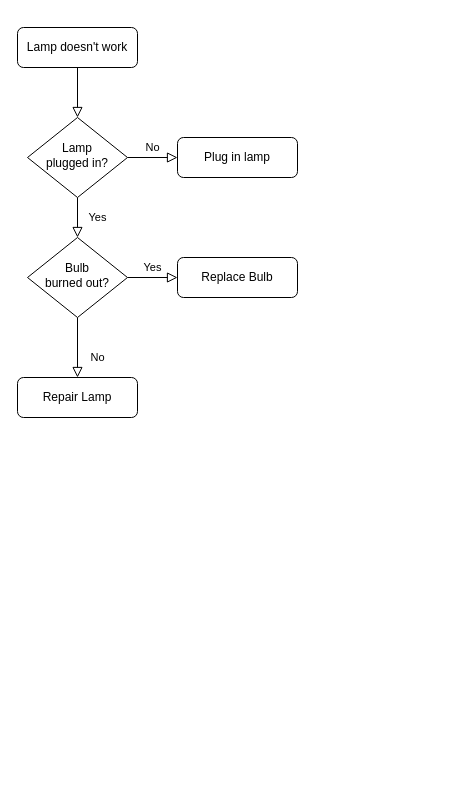
The draw.io diagram jenkins流水线.drawio in Julian-zly/topological_diagram, before the edit. Source tidied: cells renumbered, new cells numbered last; positions are measured from the earlier drawing's top-left corner, leaving out a move shared by most shapes. Both pictures are drawn from the tidied source at 100%, with x=0, y=0 at pixel (17, 27).
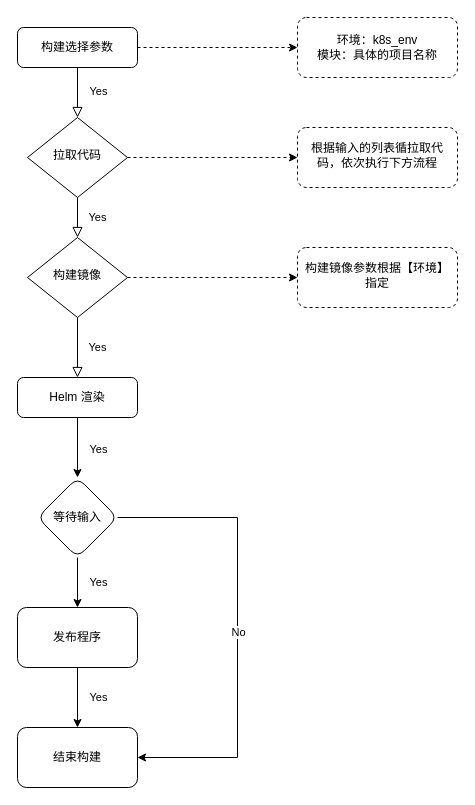
After the change.

Commit message:
更新jenkins流水线.drawio

Unchanged cells that the change refers to:
```xml
<mxCell id="2" style="rounded=0;html=1;jettySize=auto;fontSize=11;endArrow=block;endFill=0;endSize=8;strokeWidth=1;shadow=0;labelBackgroundColor=none;edgeStyle=orthogonalEdgeStyle;" parent="1" edge="1" source="3" target="6">
  <mxGeometry relative="1" as="geometry" />
</mxCell>
```

What changed in the source:
```diff
@@
+    <mxCell id="13" value="Yes" style="edgeLabel;html=1;align=center;verticalAlign=middle;" parent="2" vertex="1">
+      <mxGeometry x="-0.08" relative="1" as="geometry">
+        <mxPoint x="20" as="offset" />
+      </mxGeometry>
+    </mxCell>
+    <mxCell id="14" style="edgeStyle=orthogonalEdgeStyle;rounded=0;jettySize=auto;html=1;dashed=1;" parent="1" edge="1" source="3" target="19">
+      <mxGeometry relative="1" as="geometry" />
+    </mxCell>
-    <mxCell id="3" value="Lamp doesn't work" style="rounded=1;whiteSpace=wrap;html=1;fontSize=12;glass=0;strokeWidth=1;shadow=0;" parent="1" vertex="1">
+    <mxCell id="3" value="构建选择参数" style="rounded=1;whiteSpace=wrap;html=1;fontSize=12;glass=0;strokeWidth=1;shadow=0;" parent="1" vertex="1">
       <mxGeometry width="120" height="40" as="geometry" />
     </mxCell>
@@
+    <mxCell id="15" style="edgeStyle=orthogonalEdgeStyle;rounded=0;jettySize=auto;html=1;dashed=1;" parent="1" edge="1" source="6" target="28">
+      <mxGeometry relative="1" as="geometry" />
+    </mxCell>
+    <mxCell id="6" value="拉取代码" style="rhombus;whiteSpace=wrap;html=1;shadow=0;fontFamily=Helvetica;fontSize=12;align=center;strokeWidth=1;spacing=6;spacingTop=-4;" parent="1" vertex="1">
+      <mxGeometry x="10" y="90" width="100" height="80" as="geometry" />
+    </mxCell>
+    <mxCell id="8" value="Yes" style="rounded=0;html=1;jettySize=auto;fontSize=11;endArrow=block;endFill=0;endSize=8;strokeWidth=1;shadow=0;labelBackgroundColor=none;edgeStyle=orthogonalEdgeStyle;" parent="1" edge="1" source="10" target="11">
+      <mxGeometry y="20" relative="1" as="geometry" />
+    </mxCell>
+    <mxCell id="16" style="edgeStyle=orthogonalEdgeStyle;rounded=0;jettySize=auto;html=1;dashed=1;" parent="1" edge="1" source="10" target="29">
+      <mxGeometry relative="1" as="geometry" />
+    </mxCell>
+    <mxCell id="10" value="构建镜像" style="rhombus;whiteSpace=wrap;html=1;shadow=0;fontFamily=Helvetica;fontSize=12;align=center;strokeWidth=1;spacing=6;spacingTop=-4;" parent="1" vertex="1">
+      <mxGeometry x="10" y="210" width="100" height="80" as="geometry" />
+    </mxCell>
+    <mxCell id="17" style="edgeStyle=orthogonalEdgeStyle;rounded=0;jettySize=auto;html=1;" parent="1" edge="1" source="11" target="23">
+      <mxGeometry relative="1" as="geometry" />
+    </mxCell>
+    <mxCell id="18" value="Yes" style="edgeLabel;html=1;align=center;verticalAlign=middle;" parent="17" vertex="1">
+      <mxGeometry x="0.03" relative="1" as="geometry">
+        <mxPoint x="20" as="offset" />
+      </mxGeometry>
+    </mxCell>
+    <mxCell id="11" value="Helm 渲染" style="rounded=1;whiteSpace=wrap;html=1;fontSize=12;glass=0;strokeWidth=1;shadow=0;" parent="1" vertex="1">
+      <mxGeometry y="350" width="120" height="40" as="geometry" />
+    </mxCell>
+    <mxCell id="19" value="环境：k8s_env&lt;br&gt;模块：具体的项目名称" style="rounded=1;whiteSpace=wrap;html=1;glass=0;strokeWidth=1;shadow=0;dashed=1;" parent="1" vertex="1">
+      <mxGeometry x="280" y="-10" width="160" height="60" as="geometry" />
+    </mxCell>
+    <mxCell id="20" style="edgeStyle=orthogonalEdgeStyle;rounded=0;jettySize=auto;html=1;entryX=1;entryY=0.5;entryDx=0;entryDy=0;" parent="1" edge="1" source="23" target="24">
+      <mxGeometry relative="1" as="geometry">
+        <Array as="points">
+          <mxPoint x="220" y="490" />
+          <mxPoint x="220" y="730" />
+        </Array>
+      </mxGeometry>
+    </mxCell>
-    <mxCell id="5" value="No" style="edgeStyle=orthogonalEdgeStyle;rounded=0;html=1;jettySize=auto;fontSize=11;endArrow=block;endFill=0;endSize=8;strokeWidth=1;shadow=0;labelBackgroundColor=none;" parent="1" edge="1" source="6" target="7">
-      <mxGeometry y="10" relative="1" as="geometry" />
+    <mxCell id="5" value="No" style="edgeLabel;html=1;align=center;verticalAlign=middle;" parent="20" vertex="1">
+      <mxGeometry x="-0.17" y="3" relative="1" as="geometry">
+        <mxPoint x="-3" y="43" as="offset" />
+      </mxGeometry>
     </mxCell>
-    <mxCell id="6" value="Lamp&lt;br&gt;plugged in?" style="rhombus;whiteSpace=wrap;html=1;shadow=0;fontFamily=Helvetica;fontSize=12;align=center;strokeWidth=1;spacing=6;spacingTop=-4;" parent="1" vertex="1">
-      <mxGeometry x="10" y="90" width="100" height="80" as="geometry" />
-    </mxCell>
-    <mxCell id="7" value="Plug in lamp" style="rounded=1;whiteSpace=wrap;html=1;fontSize=12;glass=0;strokeWidth=1;shadow=0;" parent="1" vertex="1">
-      <mxGeometry x="160" y="110" width="120" height="40" as="geometry" />
-    </mxCell>
-    <mxCell id="8" value="No" style="rounded=0;html=1;jettySize=auto;fontSize=11;endArrow=block;endFill=0;endSize=8;strokeWidth=1;shadow=0;labelBackgroundColor=none;edgeStyle=orthogonalEdgeStyle;" parent="1" edge="1" source="10" target="11">
-      <mxGeometry x="0.33" y="20" relative="1" as="geometry" />
-    </mxCell>
-    <mxCell id="9" value="Yes" style="edgeStyle=orthogonalEdgeStyle;rounded=0;html=1;jettySize=auto;fontSize=11;endArrow=block;endFill=0;endSize=8;strokeWidth=1;shadow=0;labelBackgroundColor=none;" parent="1" edge="1" source="10" target="12">
-      <mxGeometry y="10" relative="1" as="geometry" />
-    </mxCell>
-    <mxCell id="10" value="Bulb&lt;br&gt;burned out?" style="rhombus;whiteSpace=wrap;html=1;shadow=0;fontFamily=Helvetica;fontSize=12;align=center;strokeWidth=1;spacing=6;spacingTop=-4;" parent="1" vertex="1">
-      <mxGeometry x="10" y="210" width="100" height="80" as="geometry" />
-    </mxCell>
-    <mxCell id="11" value="Repair Lamp" style="rounded=1;whiteSpace=wrap;html=1;fontSize=12;glass=0;strokeWidth=1;shadow=0;" parent="1" vertex="1">
-      <mxGeometry y="350" width="120" height="40" as="geometry" />
-    </mxCell>
-    <mxCell id="12" value="Replace Bulb" style="rounded=1;whiteSpace=wrap;html=1;fontSize=12;glass=0;strokeWidth=1;shadow=0;" parent="1" vertex="1">
-      <mxGeometry x="160" y="230" width="120" height="40" as="geometry" />
-    </mxCell>
+    <mxCell id="21" style="edgeStyle=orthogonalEdgeStyle;rounded=0;jettySize=auto;html=1;" parent="1" edge="1" source="23" target="27">
+      <mxGeometry relative="1" as="geometry" />
+    </mxCell>
+    <mxCell id="22" value="Yes" style="edgeLabel;html=1;align=center;verticalAlign=middle;" parent="21" vertex="1">
+      <mxGeometry x="-0.04" y="2" relative="1" as="geometry">
+        <mxPoint x="18" as="offset" />
+      </mxGeometry>
+    </mxCell>
+    <mxCell id="23" value="等待输入" style="rhombus;whiteSpace=wrap;html=1;rounded=1;glass=0;strokeWidth=1;shadow=0;" parent="1" vertex="1">
+      <mxGeometry x="20" y="450" width="80" height="80" as="geometry" />
+    </mxCell>
+    <mxCell id="24" value="结束构建" style="whiteSpace=wrap;html=1;rounded=1;glass=0;strokeWidth=1;shadow=0;" parent="1" vertex="1">
+      <mxGeometry y="700" width="120" height="60" as="geometry" />
+    </mxCell>
+    <mxCell id="25" style="edgeStyle=orthogonalEdgeStyle;rounded=0;jettySize=auto;html=1;" parent="1" edge="1" source="27" target="24">
+      <mxGeometry relative="1" as="geometry" />
+    </mxCell>
+    <mxCell id="26" value="Yes" style="edgeLabel;html=1;align=center;verticalAlign=middle;" parent="25" vertex="1">
+      <mxGeometry x="-0.03" y="1" relative="1" as="geometry">
+        <mxPoint x="19" as="offset" />
+      </mxGeometry>
+    </mxCell>
+    <mxCell id="27" value="发布程序" style="whiteSpace=wrap;html=1;rounded=1;glass=0;strokeWidth=1;shadow=0;" parent="1" vertex="1">
+      <mxGeometry y="580" width="120" height="60" as="geometry" />
+    </mxCell>
+    <mxCell id="28" value="根据输入的列表循拉取代码，依次执行下方流程" style="rounded=1;whiteSpace=wrap;html=1;shadow=0;strokeWidth=1;spacing=6;spacingTop=-4;dashed=1;" parent="1" vertex="1">
+      <mxGeometry x="280" y="100" width="160" height="60" as="geometry" />
+    </mxCell>
+    <mxCell id="29" value="构建镜像参数根据【环境】指定" style="rounded=1;whiteSpace=wrap;html=1;shadow=0;strokeWidth=1;spacing=6;spacingTop=-4;dashed=1;" parent="1" vertex="1">
+      <mxGeometry x="280" y="220" width="160" height="60" as="geometry" />
+    </mxCell>
```
